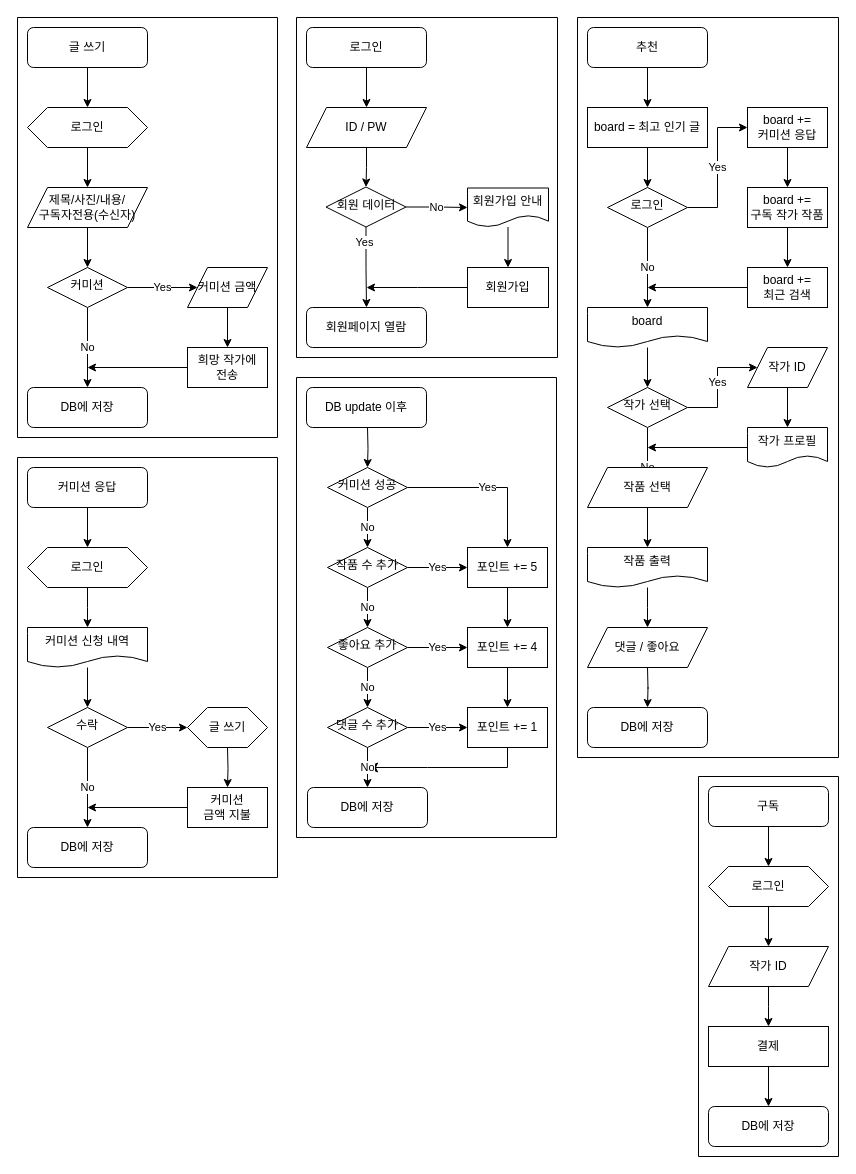
This is draw/flowchart.drawio from dnjsrl132/barogrim, a draw.io file, before an edit. Source tidied: cells renumbered, new cells numbered last; positions are measured from the earlier drawing's top-left corner, leaving out a move shared by most shapes. Both pictures are drawn from the tidied source at 100%, with x=0, y=0 at pixel (17, 17).
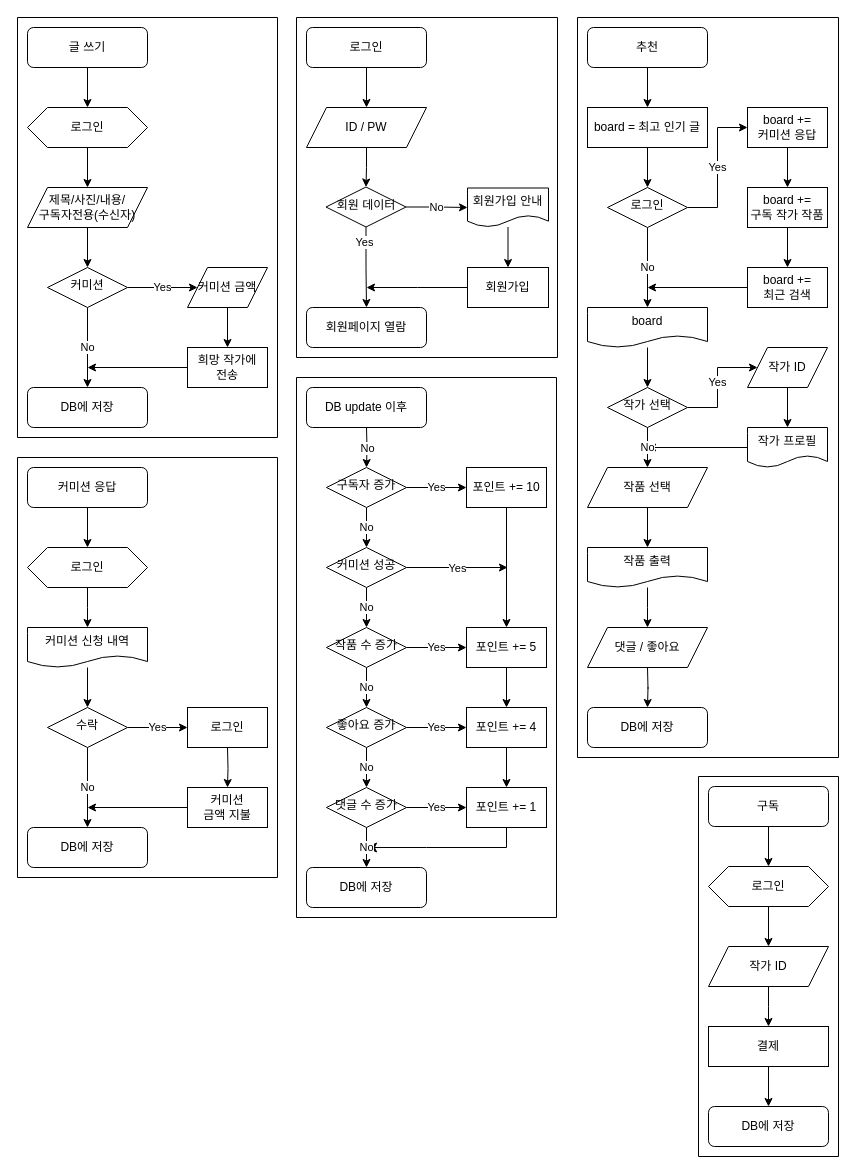
The same page after the edit.

The change refers to these unchanged cells:
```xml
<mxCell id="32" value="작가 선택" style="rhombus;whiteSpace=wrap;html=1;shadow=0;fontFamily=Helvetica;fontSize=12;align=center;strokeWidth=1;spacing=6;spacingTop=-4;" parent="1" vertex="1">
  <mxGeometry x="590" y="370" width="80" height="40" as="geometry" />
</mxCell>
<mxCell id="63" value="수락" style="rhombus;whiteSpace=wrap;html=1;shadow=0;fontFamily=Helvetica;fontSize=12;align=center;strokeWidth=1;spacing=6;spacingTop=-4;" parent="1" vertex="1">
  <mxGeometry x="30" y="690" width="80" height="40" as="geometry" />
</mxCell>
<mxCell id="77" value="작품 선택" style="shape=parallelogram;perimeter=parallelogramPerimeter;whiteSpace=wrap;html=1;fixedSize=1;" parent="73" vertex="1">
  <mxGeometry x="10" y="450" width="120" height="40" as="geometry" />
</mxCell>
<mxCell id="106" style="swimlane;startSize=0;" parent="1" vertex="1">
  <mxGeometry y="440" width="260" height="420" as="geometry" />
</mxCell>
```

Change to the diagram source:
```diff
@@
-    <mxCell id="31" value="No" style="edgeStyle=orthogonalEdgeStyle;rounded=0;jettySize=auto;html=1;entryX=0.5;entryY=0;entryDx=0;entryDy=0;" parent="1" edge="1" source="32">
-      <mxGeometry relative="1" as="geometry">
-        <mxPoint x="630" y="490" as="targetPoint" />
-      </mxGeometry>
-    </mxCell>
@@
-    <mxCell id="61" value="Yes" style="edgeStyle=orthogonalEdgeStyle;rounded=0;jettySize=auto;html=1;entryX=0;entryY=0.5;entryDx=0;entryDy=0;" parent="1" edge="1" source="63" target="67">
-      <mxGeometry relative="1" as="geometry" />
+    <mxCell id="61" value="Yes" style="edgeStyle=orthogonalEdgeStyle;rounded=0;jettySize=auto;html=1;entryX=0;entryY=0.5;entryDx=0;entryDy=0;" parent="1" edge="1" source="63">
+      <mxGeometry relative="1" as="geometry">
+        <mxPoint x="170" y="710" as="targetPoint" />
+      </mxGeometry>
     </mxCell>
@@
-    <mxCell id="67" value="글 쓰기" style="shape=hexagon;perimeter=hexagonPerimeter2;whiteSpace=wrap;html=1;fixedSize=1;" parent="1" vertex="1">
-      <mxGeometry x="170" y="690" width="80" height="40" as="geometry" />
-    </mxCell>
@@
     <mxCell id="85" style="swimlane;whiteSpace=wrap;html=1;startSize=0;" parent="1" vertex="1">
-      <mxGeometry x="279" y="360" width="260" height="460" as="geometry" />
+      <mxGeometry x="279" y="360" width="260" height="540" as="geometry" />
     </mxCell>
-    <mxCell id="86" style="edgeStyle=orthogonalEdgeStyle;rounded=0;jettySize=auto;html=1;" parent="85" edge="1" target="88">
-      <mxGeometry relative="1" as="geometry">
-        <mxPoint x="71" y="50" as="sourcePoint" />
-      </mxGeometry>
-    </mxCell>
     <mxCell id="87" value="No" style="edgeStyle=orthogonalEdgeStyle;rounded=0;jettySize=auto;html=1;" parent="85" edge="1" source="88">
       <mxGeometry relative="1" as="geometry">
-        <mxPoint x="71" y="170" as="targetPoint" />
+        <mxPoint x="70" y="250" as="targetPoint" />
       </mxGeometry>
     </mxCell>
     <mxCell id="88" value="커미션 성공" style="rhombus;whiteSpace=wrap;html=1;shadow=0;fontFamily=Helvetica;fontSize=12;align=center;strokeWidth=1;spacing=6;spacingTop=-4;" parent="85" vertex="1">
-      <mxGeometry x="31" y="90" width="80" height="40" as="geometry" />
+      <mxGeometry x="30" y="170" width="80" height="40" as="geometry" />
     </mxCell>
@@
     <mxCell id="90" value="포인트 += 5" style="rounded=0;whiteSpace=wrap;html=1;" parent="85" vertex="1">
-      <mxGeometry x="171" y="170" width="80" height="40" as="geometry" />
+      <mxGeometry x="170" y="250" width="80" height="40" as="geometry" />
     </mxCell>
-    <mxCell id="91" value="Yes" style="edgeStyle=orthogonalEdgeStyle;rounded=0;jettySize=auto;html=1;entryX=0.5;entryY=0;entryDx=0;entryDy=0;" parent="85" edge="1" source="88" target="90">
-      <mxGeometry relative="1" as="geometry" />
-    </mxCell>
     <mxCell id="92" value="No" style="edgeStyle=orthogonalEdgeStyle;rounded=0;jettySize=auto;html=1;" parent="85" edge="1" source="93">
       <mxGeometry relative="1" as="geometry">
-        <mxPoint x="71" y="250" as="targetPoint" />
+        <mxPoint x="70" y="330" as="targetPoint" />
       </mxGeometry>
     </mxCell>
-    <mxCell id="93" value="작품 수 추가" style="rhombus;whiteSpace=wrap;html=1;shadow=0;fontFamily=Helvetica;fontSize=12;align=center;strokeWidth=1;spacing=6;spacingTop=-4;" parent="85" vertex="1">
-      <mxGeometry x="31" y="170" width="80" height="40" as="geometry" />
+    <mxCell id="93" value="작품 수 증가" style="rhombus;whiteSpace=wrap;html=1;shadow=0;fontFamily=Helvetica;fontSize=12;align=center;strokeWidth=1;spacing=6;spacingTop=-4;" parent="85" vertex="1">
+      <mxGeometry x="30" y="250" width="80" height="40" as="geometry" />
     </mxCell>
@@
     <mxCell id="95" value="포인트 += 4" style="rounded=0;whiteSpace=wrap;html=1;" parent="85" vertex="1">
-      <mxGeometry x="171" y="250" width="80" height="40" as="geometry" />
+      <mxGeometry x="170" y="330" width="80" height="40" as="geometry" />
     </mxCell>
     <mxCell id="96" value="Yes" style="edgeStyle=orthogonalEdgeStyle;rounded=0;jettySize=auto;html=1;entryX=0;entryY=0.5;entryDx=0;entryDy=0;" parent="85" edge="1" source="93">
       <mxGeometry relative="1" as="geometry">
-        <mxPoint x="171" y="190" as="targetPoint" />
+        <mxPoint x="170" y="270" as="targetPoint" />
       </mxGeometry>
     </mxCell>
     <mxCell id="97" value="No" style="edgeStyle=orthogonalEdgeStyle;rounded=0;jettySize=auto;html=1;" parent="85" edge="1" source="98">
       <mxGeometry relative="1" as="geometry">
-        <mxPoint x="71" y="330" as="targetPoint" />
+        <mxPoint x="70" y="410" as="targetPoint" />
       </mxGeometry>
     </mxCell>
-    <mxCell id="98" value="좋아요 추가" style="rhombus;whiteSpace=wrap;html=1;shadow=0;fontFamily=Helvetica;fontSize=12;align=center;strokeWidth=1;spacing=6;spacingTop=-4;" parent="85" vertex="1">
-      <mxGeometry x="31" y="250" width="80" height="40" as="geometry" />
+    <mxCell id="98" value="좋아요 증가" style="rhombus;whiteSpace=wrap;html=1;shadow=0;fontFamily=Helvetica;fontSize=12;align=center;strokeWidth=1;spacing=6;spacingTop=-4;" parent="85" vertex="1">
+      <mxGeometry x="30" y="330" width="80" height="40" as="geometry" />
     </mxCell>
     <mxCell id="99" value="Yes" style="edgeStyle=orthogonalEdgeStyle;rounded=0;jettySize=auto;html=1;entryX=0;entryY=0.5;entryDx=0;entryDy=0;" parent="85" edge="1" source="98">
       <mxGeometry relative="1" as="geometry">
-        <mxPoint x="171" y="270" as="targetPoint" />
+        <mxPoint x="170" y="350" as="targetPoint" />
       </mxGeometry>
     </mxCell>
-    <mxCell id="100" value="댓글 수 추가" style="rhombus;whiteSpace=wrap;html=1;shadow=0;fontFamily=Helvetica;fontSize=12;align=center;strokeWidth=1;spacing=6;spacingTop=-4;" parent="85" vertex="1">
-      <mxGeometry x="31" y="330" width="80" height="40" as="geometry" />
+    <mxCell id="100" value="댓글 수 증가" style="rhombus;whiteSpace=wrap;html=1;shadow=0;fontFamily=Helvetica;fontSize=12;align=center;strokeWidth=1;spacing=6;spacingTop=-4;" parent="85" vertex="1">
+      <mxGeometry x="30" y="410" width="80" height="40" as="geometry" />
     </mxCell>
     <mxCell id="101" value="포인트 += 1" style="rounded=0;whiteSpace=wrap;html=1;" parent="85" vertex="1">
-      <mxGeometry x="171" y="330" width="80" height="40" as="geometry" />
+      <mxGeometry x="170" y="410" width="80" height="40" as="geometry" />
     </mxCell>
     <mxCell id="102" value="Yes" style="edgeStyle=orthogonalEdgeStyle;rounded=0;jettySize=auto;html=1;entryX=0;entryY=0.5;entryDx=0;entryDy=0;" parent="85" edge="1" source="100">
       <mxGeometry relative="1" as="geometry">
-        <mxPoint x="171" y="350" as="targetPoint" />
+        <mxPoint x="170" y="430" as="targetPoint" />
       </mxGeometry>
     </mxCell>
     <mxCell id="103" value="DB에 저장" style="rounded=1;whiteSpace=wrap;html=1;fontSize=12;glass=0;strokeWidth=1;shadow=0;" parent="85" vertex="1">
-      <mxGeometry x="11" y="410" width="120" height="40" as="geometry" />
+      <mxGeometry x="10" y="490" width="120" height="40" as="geometry" />
     </mxCell>
     <mxCell id="104" style="edgeStyle=segmentEdgeStyle;endArrow=classic;html=1;curved=0;rounded=0;endSize=8;startSize=8;" parent="85" edge="1">
       <mxGeometry relative="1" as="geometry">
-        <mxPoint x="211" y="370" as="sourcePoint" />
-        <mxPoint x="71" y="390" as="targetPoint" />
+        <mxPoint x="210" y="450" as="sourcePoint" />
+        <mxPoint x="70" y="470" as="targetPoint" />
         <Array as="points">
-          <mxPoint x="211" y="390" />
-          <mxPoint x="131" y="390" />
+          <mxPoint x="210" y="470" />
+          <mxPoint x="130" y="470" />
         </Array>
       </mxGeometry>
     </mxCell>
     <mxCell id="105" value="No" style="edgeStyle=orthogonalEdgeStyle;rounded=0;jettySize=auto;html=1;" parent="85" edge="1" source="100">
       <mxGeometry relative="1" as="geometry">
-        <mxPoint x="71" y="410" as="targetPoint" />
+        <mxPoint x="70" y="490" as="targetPoint" />
       </mxGeometry>
     </mxCell>
+    <mxCell id="108" value="No" style="edgeStyle=orthogonalEdgeStyle;rounded=0;orthogonalLoop=1;jettySize=auto;html=1;" parent="85" edge="1">
+      <mxGeometry relative="1" as="geometry">
+        <mxPoint x="70" y="50" as="sourcePoint" />
+        <mxPoint x="70" y="90" as="targetPoint" />
+      </mxGeometry>
+    </mxCell>
+    <mxCell id="109" style="edgeStyle=orthogonalEdgeStyle;rounded=0;jettySize=auto;html=1;entryX=0.5;entryY=0;entryDx=0;entryDy=0;" parent="85" edge="1" source="110" target="90">
+      <mxGeometry relative="1" as="geometry" />
+    </mxCell>
+    <mxCell id="110" value="포인트 += 10" style="rounded=0;whiteSpace=wrap;html=1;" parent="85" vertex="1">
+      <mxGeometry x="170" y="90" width="80" height="40" as="geometry" />
+    </mxCell>
+    <mxCell id="111" value="No" style="edgeStyle=orthogonalEdgeStyle;rounded=0;jettySize=auto;html=1;exitX=0.5;exitY=1;exitDx=0;exitDy=0;entryX=0.5;entryY=0;entryDx=0;entryDy=0;" parent="85" edge="1" source="112" target="88">
+      <mxGeometry relative="1" as="geometry" />
+    </mxCell>
+    <mxCell id="112" value="구독자 증가" style="rhombus;whiteSpace=wrap;html=1;shadow=0;fontFamily=Helvetica;fontSize=12;align=center;strokeWidth=1;spacing=6;spacingTop=-4;" parent="85" vertex="1">
+      <mxGeometry x="30" y="90" width="80" height="40" as="geometry" />
+    </mxCell>
+    <mxCell id="113" value="Yes" style="edgeStyle=orthogonalEdgeStyle;rounded=0;jettySize=auto;html=1;entryX=0;entryY=0.5;entryDx=0;entryDy=0;" parent="85" edge="1" source="112">
+      <mxGeometry relative="1" as="geometry">
+        <mxPoint x="170" y="110" as="targetPoint" />
+      </mxGeometry>
+    </mxCell>
@@
+    <mxCell id="114" value="로그인" style="rounded=0;whiteSpace=wrap;html=1;" parent="106" vertex="1">
+      <mxGeometry x="170" y="250" width="80" height="40" as="geometry" />
+    </mxCell>
@@
+    <mxCell id="31" value="No" style="edgeStyle=orthogonalEdgeStyle;rounded=0;jettySize=auto;html=1;entryX=0.5;entryY=0;entryDx=0;entryDy=0;" parent="1" edge="1" source="32" target="77">
+      <mxGeometry relative="1" as="geometry" />
+    </mxCell>
+    <mxCell id="115" value="Yes" style="edgeStyle=orthogonalEdgeStyle;rounded=0;jettySize=auto;html=1;exitX=1;exitY=0.5;exitDx=0;exitDy=0;" parent="1" edge="1" source="88">
+      <mxGeometry relative="1" as="geometry">
+        <mxPoint x="490" y="550" as="targetPoint" />
+      </mxGeometry>
+    </mxCell>
+    <mxCell id="116" style="edgeStyle=orthogonalEdgeStyle;rounded=0;orthogonalLoop=1;jettySize=auto;html=1;exitX=0.5;exitY=1;exitDx=0;exitDy=0;" parent="1" edge="1" source="85" target="85">
+      <mxGeometry relative="1" as="geometry" />
+    </mxCell>
```
